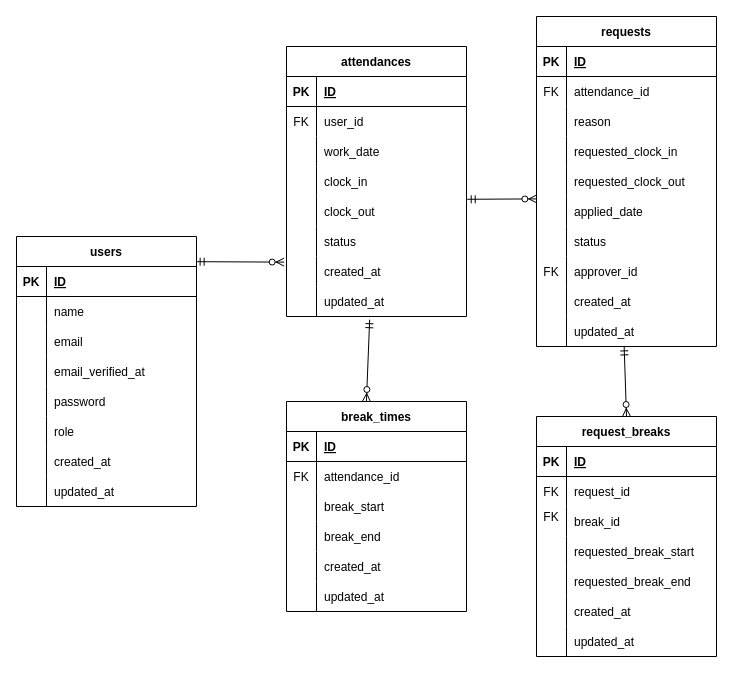
nishimiyu0313/yamada-attendanceapp keeps this draw.io diagram as ER.drawio. Above is the earlier version. Source tidied: cells renumbered, new cells numbered last; positions are measured from the earlier drawing's top-left corner, leaving out a move shared by most shapes. Both pictures are drawn from the tidied source at 100%, with x=0, y=0 at pixel (16, 16).
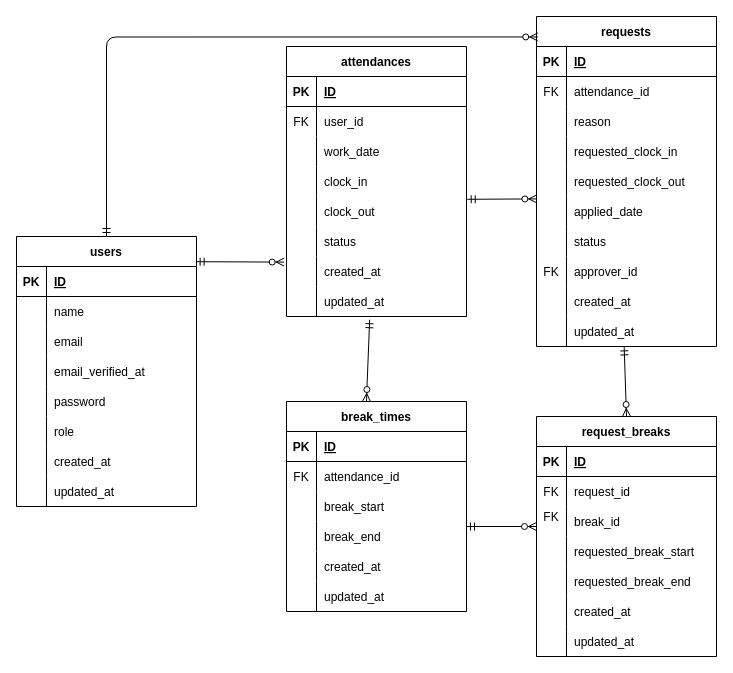
After the change.

The change refers to these unchanged cells:
```xml
<mxCell id="2" value="users" style="shape=table;startSize=30;childLayout=tableLayout;rowLines=0;fontStyle=1;align=center;" parent="1" vertex="1">
  <mxGeometry y="220" width="180" height="270" as="geometry" />
</mxCell>
<mxCell id="71" value="requests" style="shape=table;startSize=30;childLayout=tableLayout;rowLines=0;fontStyle=1;align=center;" parent="1" vertex="1">
  <mxGeometry x="520" width="180" height="330" as="geometry" />
</mxCell>
```

Change to the diagram source:
```diff
@@
+    <mxCell id="131" style="fontSize=12;html=1;endArrow=ERzeroToMany;startArrow=ERmandOne;" parent="1" edge="1">
+      <mxGeometry relative="1" as="geometry">
+        <mxPoint x="450" y="510" as="sourcePoint" />
+        <mxPoint x="520" y="510" as="targetPoint" />
+      </mxGeometry>
+    </mxCell>
+    <mxCell id="132" style="edgeStyle=orthogonalEdgeStyle;fontSize=12;html=1;endArrow=ERzeroToMany;startArrow=ERmandOne;entryX=0.007;entryY=0.062;entryDx=0;entryDy=0;entryPerimeter=0;exitX=0.5;exitY=0;exitDx=0;exitDy=0;" parent="1" edge="1" source="2" target="71">
+      <mxGeometry relative="1" as="geometry">
+        <Array as="points">
+          <mxPoint x="90" y="21" />
+        </Array>
+      </mxGeometry>
+    </mxCell>
```
